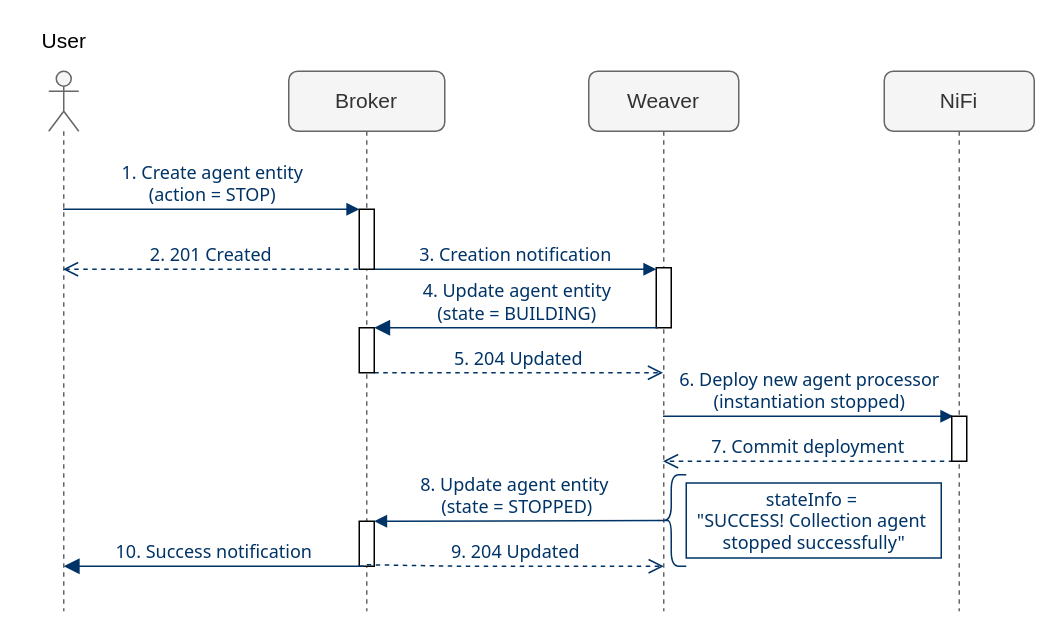
The draw.io diagram page "collection-agent-stop-deployment" (4 of 14) of docs/sda-orchestration/img/SDA-orchestration-sequence-diagrams.drawio in giros-dit/semantic-data-aggregator, before the edit. Source tidied: cells renumbered, new cells numbered last; positions are measured from the earlier drawing's top-left corner, leaving out a move shared by most shapes. Both pictures are drawn from the tidied source at 150%, with x=0, y=0 at pixel (26, 26).
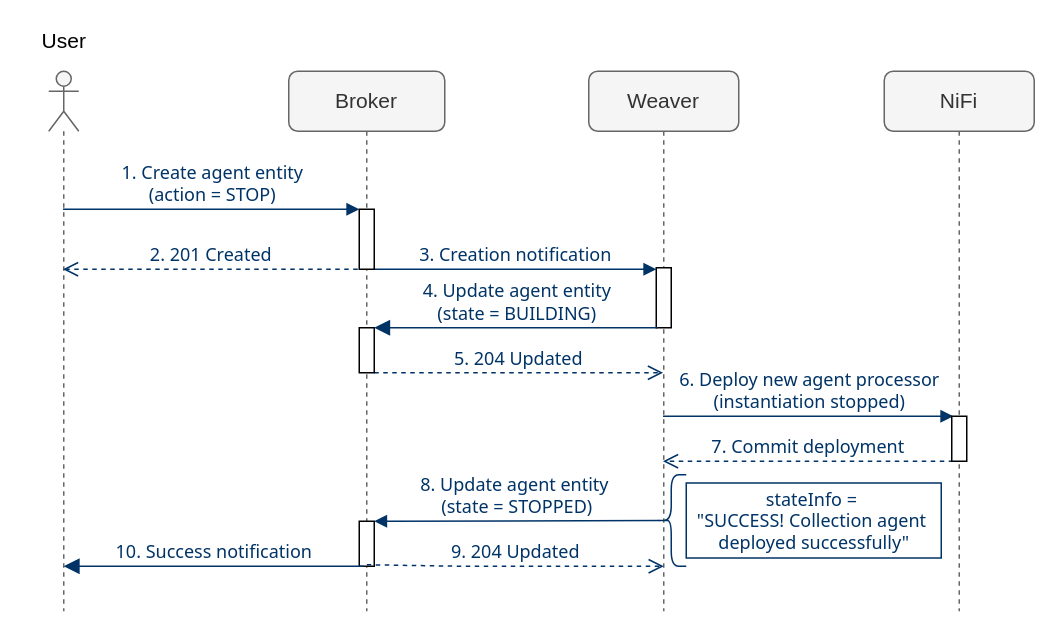
After the change.

What changed in the source:
```diff
@@
-    <mxCell id="22" value="&lt;div&gt;&lt;font color=&quot;#003366&quot;&gt;&lt;span style=&quot;font-family: &amp;#34;tahoma&amp;#34; ; background-color: rgb(255 , 255 , 255)&quot;&gt;stateInfo =&lt;/span&gt;&lt;span style=&quot;font-family: &amp;#34;tahoma&amp;#34;&quot;&gt;&amp;nbsp;&lt;/span&gt;&lt;/font&gt;&lt;/div&gt;&lt;div&gt;&lt;span style=&quot;font-family: &amp;#34;tahoma&amp;#34;&quot;&gt;&lt;font color=&quot;#003366&quot;&gt;&quot;SUCCESS! Collection agent&amp;nbsp;&lt;/font&gt;&lt;/span&gt;&lt;/div&gt;&lt;div&gt;&lt;span style=&quot;font-family: &amp;#34;tahoma&amp;#34;&quot;&gt;&lt;font color=&quot;#003366&quot;&gt;stopped successfully&lt;/font&gt;&lt;/span&gt;&lt;span style=&quot;color: rgb(0 , 51 , 102) ; font-family: &amp;#34;tahoma&amp;#34;&quot;&gt;&quot;&lt;/span&gt;&lt;/div&gt;" style="text;html=1;align=center;verticalAlign=middle;strokeColor=#003366;" parent="1" vertex="1">
+    <mxCell id="22" value="&lt;div&gt;&lt;font color=&quot;#003366&quot;&gt;&lt;span style=&quot;font-family: &amp;#34;tahoma&amp;#34; ; background-color: rgb(255 , 255 , 255)&quot;&gt;stateInfo =&lt;/span&gt;&lt;span style=&quot;font-family: &amp;#34;tahoma&amp;#34;&quot;&gt;&amp;nbsp;&lt;/span&gt;&lt;/font&gt;&lt;/div&gt;&lt;div&gt;&lt;span style=&quot;font-family: &amp;#34;tahoma&amp;#34;&quot;&gt;&lt;font color=&quot;#003366&quot;&gt;&quot;SUCCESS! Collection agent&amp;nbsp;&lt;/font&gt;&lt;/span&gt;&lt;/div&gt;&lt;div&gt;&lt;span style=&quot;font-family: &amp;#34;tahoma&amp;#34;&quot;&gt;&lt;font color=&quot;#003366&quot;&gt;deployed successfully&lt;/font&gt;&lt;/span&gt;&lt;span style=&quot;color: rgb(0 , 51 , 102) ; font-family: &amp;#34;tahoma&amp;#34;&quot;&gt;&quot;&lt;/span&gt;&lt;/div&gt;" style="text;html=1;align=center;verticalAlign=middle;strokeColor=#003366;" parent="1" vertex="1">
       <mxGeometry x="440" y="304.5" width="170" height="50" as="geometry" />
     </mxCell>
```
